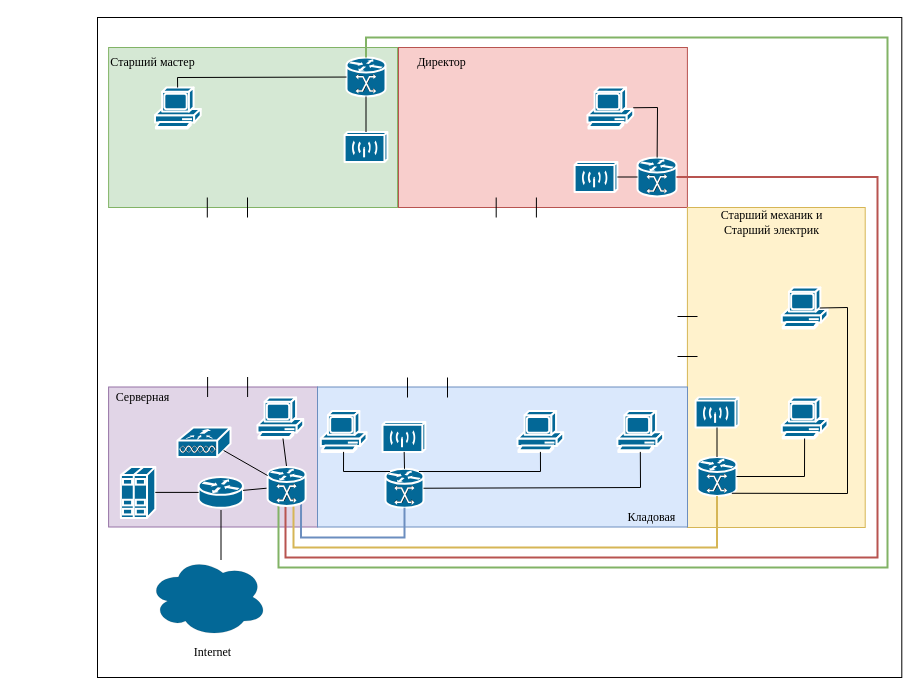
The draw.io diagram CourseWork/CourseWork.drawio in Hlebnica/ComputerNetworks, before the edit. Source tidied: cells renumbered, new cells numbered last; positions are measured from the earlier drawing's top-left corner, leaving out a move shared by most shapes. Both pictures are drawn from the tidied source at 100%, with x=0, y=0 at pixel (97, 17).
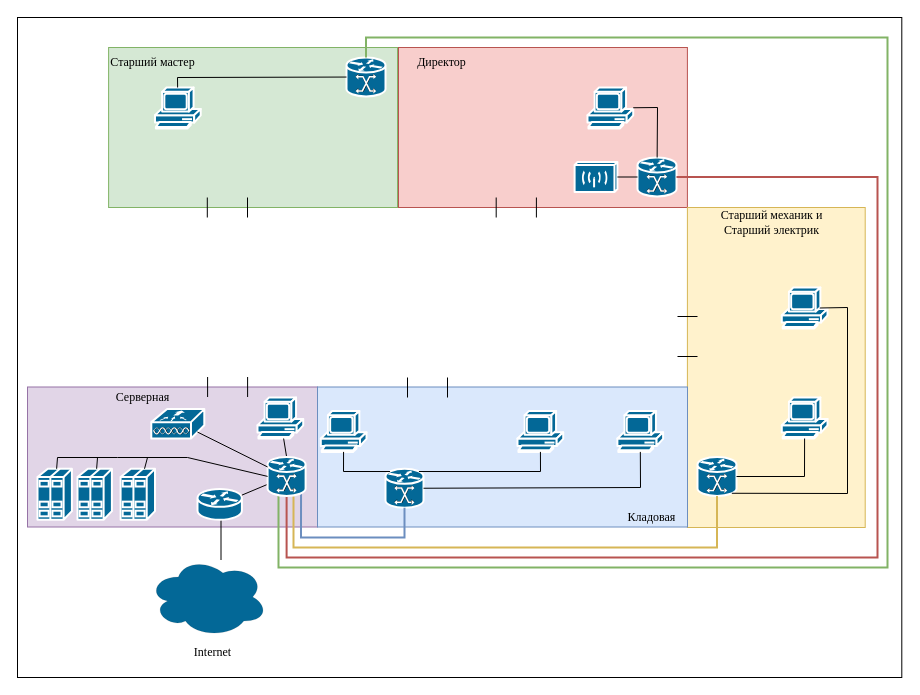
The same diagram, later.

The change refers to these unchanged cells:
```xml
<mxCell id="18" style="shape=mxgraph.cisco.switches.mgx_8000_multiservice_switch;sketch=0;html=1;dashed=0;fillColor=#036897;strokeColor=#ffffff;strokeWidth=2;verticalLabelPosition=bottom;verticalAlign=top;align=center;outlineConnect=0;" parent="1" vertex="1">
  <mxGeometry x="249" y="40" width="39" height="39" as="geometry" />
</mxCell>
<mxCell id="24" style="shape=mxgraph.cisco.switches.mgx_8000_multiservice_switch;sketch=0;html=1;dashed=0;fillColor=#036897;strokeColor=#ffffff;strokeWidth=2;verticalLabelPosition=bottom;verticalAlign=top;align=center;outlineConnect=0;" parent="1" vertex="1">
  <mxGeometry x="540" y="140" width="39" height="39" as="geometry" />
</mxCell>
<mxCell id="28" style="shape=mxgraph.cisco.switches.mgx_8000_multiservice_switch;sketch=0;html=1;dashed=0;fillColor=#036897;strokeColor=#ffffff;strokeWidth=2;verticalLabelPosition=bottom;verticalAlign=top;align=center;outlineConnect=0;" parent="1" vertex="1">
  <mxGeometry x="600" y="439.5" width="39" height="39" as="geometry" />
</mxCell>
<mxCell id="40" style="shape=mxgraph.cisco.switches.mgx_8000_multiservice_switch;sketch=0;html=1;dashed=0;fillColor=#036897;strokeColor=#ffffff;strokeWidth=2;verticalLabelPosition=bottom;verticalAlign=top;align=center;outlineConnect=0;" parent="1" vertex="1">
  <mxGeometry x="288" y="451.3" width="38" height="39" as="geometry" />
</mxCell>
```

Change to the diagram source:
```diff
@@
     <mxCell id="2" style="rounded=0;whiteSpace=wrap;html=1;strokeColor=default;" parent="1" vertex="1">
-      <mxGeometry width="804.3" height="660" as="geometry" />
+      <mxGeometry x="-80" width="884.3" height="660" as="geometry" />
     </mxCell>
@@
     <mxCell id="4" style="rounded=0;whiteSpace=wrap;html=1;fillColor=#e1d5e7;strokeColor=#9673a6;" parent="1" vertex="1">
-      <mxGeometry x="11.1" y="369.5" width="208.9" height="140" as="geometry" />
+      <mxGeometry x="-70" y="369.5" width="290" height="140" as="geometry" />
     </mxCell>
@@
     <mxCell id="11" style="shape=mxgraph.cisco.servers.standard_host;sketch=0;html=1;dashed=0;fillColor=#036897;strokeColor=#ffffff;strokeWidth=2;verticalLabelPosition=bottom;verticalAlign=top;align=center;outlineConnect=0;" parent="1" vertex="1">
-      <mxGeometry x="23.4" y="449.4" width="34.4" height="51" as="geometry" />
+      <mxGeometry x="-60" y="451.3" width="34.4" height="51" as="geometry" />
     </mxCell>
     <mxCell id="12" style="shape=mxgraph.cisco.routers.router;sketch=0;html=1;dashed=0;fillColor=#036897;strokeColor=#ffffff;strokeWidth=2;verticalLabelPosition=bottom;verticalAlign=top;align=center;outlineConnect=0;" parent="1" vertex="1">
-      <mxGeometry x="101.1" y="459.5" width="44.4" height="30.8" as="geometry" />
+      <mxGeometry x="100" y="471.5" width="44.4" height="30.8" as="geometry" />
     </mxCell>
@@
-    <mxCell id="14" style="endArrow=none;html=1;rounded=0;" parent="1" edge="1" source="12" target="11">
-      <mxGeometry relative="1" as="geometry" />
-    </mxCell>
@@
     <mxCell id="47" style="endArrow=none;html=1;rounded=0;edgeStyle=orthogonalEdgeStyle;fillColor=#f8cecc;strokeColor=#b85450;strokeWidth=2;entryX=0.5;entryY=1;entryDx=0;entryDy=0;entryPerimeter=0;" parent="1" edge="1" source="24" target="62">
       <mxGeometry relative="1" as="geometry">
         <Array as="points">
-          <mxPoint x="780" y="159" />
+          <mxPoint x="780" y="160" />
           <mxPoint x="780" y="540" />
-          <mxPoint x="188" y="540" />
-          <mxPoint x="188" y="488" />
+          <mxPoint x="189" y="540" />
         </Array>
       </mxGeometry>
     </mxCell>
@@
-    <mxCell id="51" style="shape=mxgraph.cisco.wireless.wireless_transport;sketch=0;html=1;dashed=0;fillColor=#036897;strokeColor=#ffffff;strokeWidth=2;verticalLabelPosition=bottom;verticalAlign=top;align=center;outlineConnect=0;" parent="1" vertex="1">
-      <mxGeometry x="247.1" y="114.5" width="42.8" height="30" as="geometry" />
-    </mxCell>
@@
-    <mxCell id="53" style="shape=mxgraph.cisco.wireless.wireless_transport;sketch=0;html=1;dashed=0;fillColor=#036897;strokeColor=#ffffff;strokeWidth=2;verticalLabelPosition=bottom;verticalAlign=top;align=center;outlineConnect=0;" parent="1" vertex="1">
-      <mxGeometry x="598.1" y="380" width="42.8" height="30" as="geometry" />
-    </mxCell>
-    <mxCell id="54" style="shape=mxgraph.cisco.wireless.wireless_transport;sketch=0;html=1;dashed=0;fillColor=#036897;strokeColor=#ffffff;strokeWidth=2;verticalLabelPosition=bottom;verticalAlign=top;align=center;outlineConnect=0;" parent="1" vertex="1">
-      <mxGeometry x="285" y="404.4" width="42.8" height="30" as="geometry" />
-    </mxCell>
-    <mxCell id="55" style="endArrow=none;html=1;rounded=0;exitX=0.5;exitY=0;exitDx=0;exitDy=0;exitPerimeter=0;" parent="1" edge="1" source="40" target="54">
-      <mxGeometry relative="1" as="geometry" />
-    </mxCell>
-    <mxCell id="56" style="endArrow=none;html=1;rounded=0;entryX=0.5;entryY=0;entryDx=0;entryDy=0;entryPerimeter=0;exitX=0.5;exitY=1;exitDx=0;exitDy=0;exitPerimeter=0;" parent="1" edge="1" source="53" target="28">
-      <mxGeometry relative="1" as="geometry" />
-    </mxCell>
@@
-    <mxCell id="58" style="endArrow=none;html=1;rounded=0;entryX=0.5;entryY=1;entryDx=0;entryDy=0;entryPerimeter=0;exitX=0.5;exitY=0;exitDx=0;exitDy=0;exitPerimeter=0;" parent="1" edge="1" source="51" target="18">
-      <mxGeometry relative="1" as="geometry" />
-    </mxCell>
@@
     <mxCell id="62" style="shape=mxgraph.cisco.switches.mgx_8000_multiservice_switch;sketch=0;html=1;dashed=0;fillColor=#036897;strokeColor=#ffffff;strokeWidth=2;verticalLabelPosition=bottom;verticalAlign=top;align=center;outlineConnect=0;" parent="1" vertex="1">
-      <mxGeometry x="170.1" y="449.4" width="38" height="39" as="geometry" />
+      <mxGeometry x="170.1" y="439.4" width="38" height="39" as="geometry" />
     </mxCell>
     <mxCell id="63" style="shape=mxgraph.cisco.wireless.wlan_controller;sketch=0;html=1;dashed=0;fillColor=#036897;strokeColor=#ffffff;strokeWidth=2;verticalLabelPosition=bottom;verticalAlign=top;align=center;outlineConnect=0;" parent="1" vertex="1">
-      <mxGeometry x="80" y="410" width="53" height="29.4" as="geometry" />
+      <mxGeometry x="53.8" y="391.6" width="53" height="29.4" as="geometry" />
     </mxCell>
@@
+    <mxCell id="65" style="shape=mxgraph.cisco.servers.standard_host;sketch=0;html=1;dashed=0;fillColor=#036897;strokeColor=#ffffff;strokeWidth=2;verticalLabelPosition=bottom;verticalAlign=top;align=center;outlineConnect=0;" parent="1" vertex="1">
+      <mxGeometry x="-20" y="451.3" width="34.4" height="51" as="geometry" />
+    </mxCell>
+    <mxCell id="66" style="shape=mxgraph.cisco.servers.standard_host;sketch=0;html=1;dashed=0;fillColor=#036897;strokeColor=#ffffff;strokeWidth=2;verticalLabelPosition=bottom;verticalAlign=top;align=center;outlineConnect=0;" parent="1" vertex="1">
+      <mxGeometry x="23.1" y="451.3" width="34.4" height="51" as="geometry" />
+    </mxCell>
+    <mxCell id="67" style="endArrow=none;html=1;rounded=0;entryX=0;entryY=0.5;entryDx=0;entryDy=0;entryPerimeter=0;" parent="1" edge="1" target="62">
+      <mxGeometry relative="1" as="geometry">
+        <mxPoint x="-40" y="440" as="sourcePoint" />
+        <Array as="points">
+          <mxPoint x="20" y="440" />
+          <mxPoint x="90" y="440" />
+        </Array>
+      </mxGeometry>
+    </mxCell>
+    <mxCell id="68" style="endArrow=none;html=1;rounded=0;" parent="1" edge="1" source="11">
+      <mxGeometry relative="1" as="geometry">
+        <mxPoint x="-40" y="440" as="targetPoint" />
+      </mxGeometry>
+    </mxCell>
+    <mxCell id="69" style="endArrow=none;html=1;rounded=0;" parent="1" edge="1" source="65">
+      <mxGeometry relative="1" as="geometry">
+        <mxPoint y="440" as="targetPoint" />
+      </mxGeometry>
+    </mxCell>
+    <mxCell id="70" style="endArrow=none;html=1;rounded=0;" parent="1" edge="1" source="66">
+      <mxGeometry relative="1" as="geometry">
+        <mxPoint x="50" y="440" as="targetPoint" />
+      </mxGeometry>
+    </mxCell>
```
